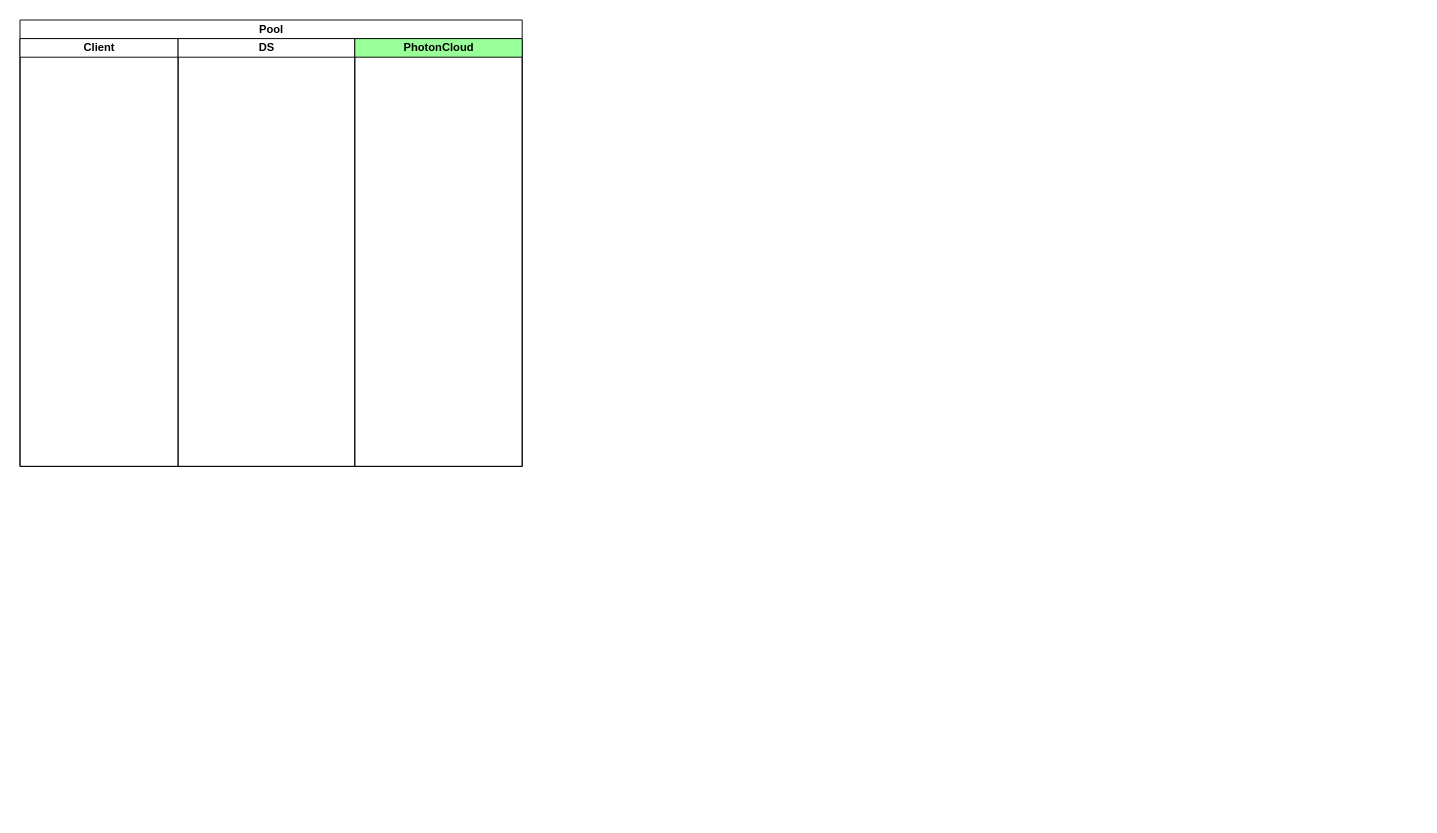
Before: 未命名绘图.drawio in doingli/dabo, a draw.io diagram. Source tidied: cells renumbered, new cells numbered last; positions are measured from the earlier drawing's top-left corner, leaving out a move shared by most shapes. Both pictures are drawn from the tidied source at 93%, with x=0, y=0 at pixel (20, 20).
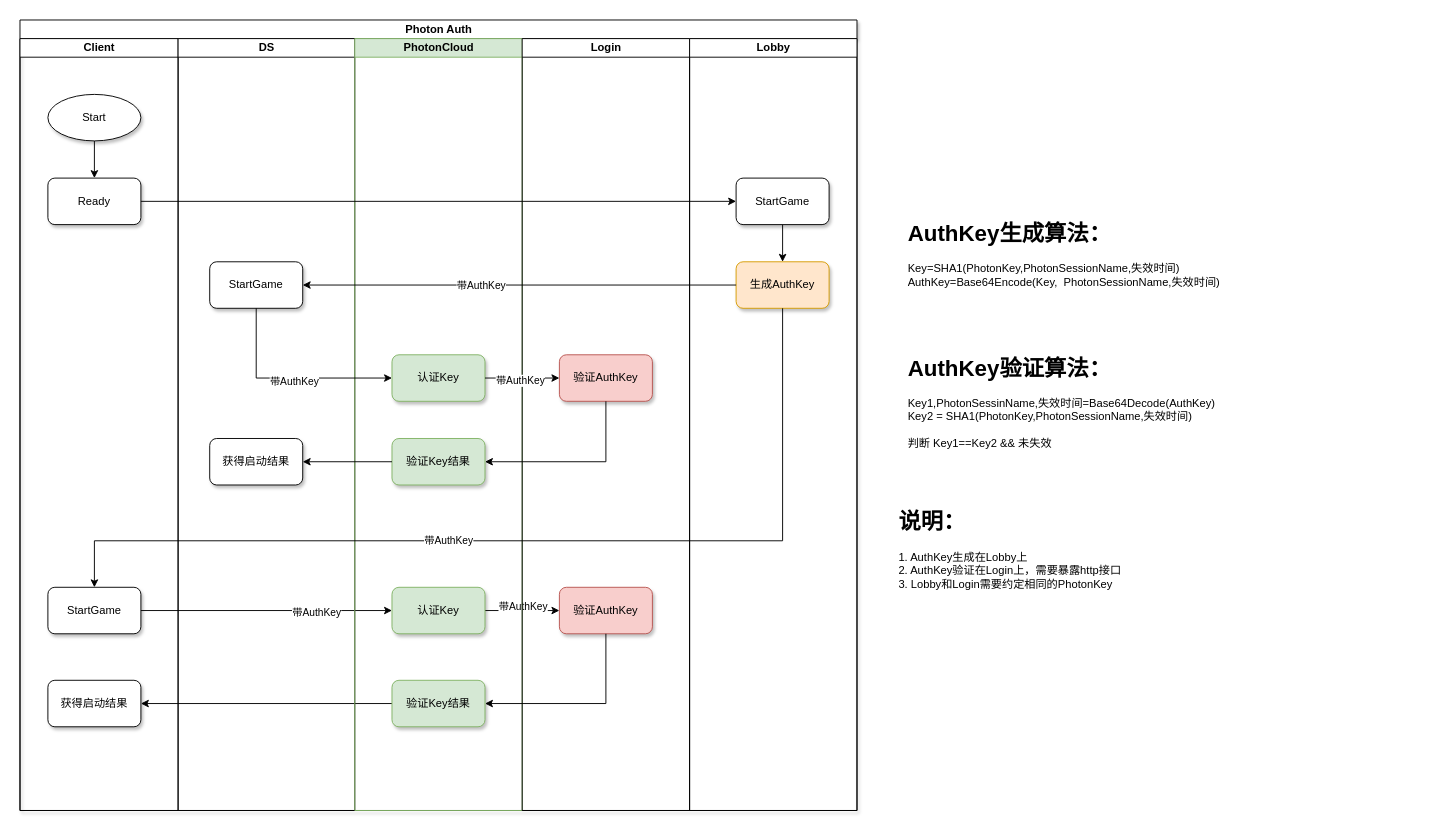
The same page after the edit.

What changed in the source:
```diff
@@
-    <mxCell id="2" value="Pool" style="swimlane;startSize=20;html=1;" parent="1" vertex="1">
-      <mxGeometry width="540" height="480" as="geometry" />
+    <mxCell id="2" value="Photon Auth" style="swimlane;startSize=20;html=1;shadow=1;" parent="1" vertex="1">
+      <mxGeometry width="900" height="850" as="geometry" />
     </mxCell>
     <mxCell id="3" value="Client" style="swimlane;startSize=20;html=1;" parent="2" vertex="1">
-      <mxGeometry y="20" width="170" height="460" as="geometry" />
+      <mxGeometry y="20" width="170" height="830" as="geometry" />
     </mxCell>
+    <mxCell id="6" style="edgeStyle=orthogonalEdgeStyle;rounded=0;jettySize=auto;html=1;exitX=0.5;exitY=1;exitDx=0;exitDy=0;" parent="3" edge="1" source="7" target="8">
+      <mxGeometry relative="1" as="geometry" />
+    </mxCell>
+    <mxCell id="7" value="Start" style="ellipse;whiteSpace=wrap;html=1;shadow=1;fillColor=#FFFFFF;" parent="3" vertex="1">
+      <mxGeometry x="30" y="60" width="100" height="50" as="geometry" />
+    </mxCell>
+    <mxCell id="8" value="Ready" style="rounded=1;whiteSpace=wrap;html=1;shadow=1;fillColor=#FFFFFF;" parent="3" vertex="1">
+      <mxGeometry x="30" y="150" width="100" height="50" as="geometry" />
+    </mxCell>
+    <mxCell id="9" value="StartGame" style="rounded=1;whiteSpace=wrap;html=1;shadow=1;fillColor=#FFFFFF;" parent="3" vertex="1">
+      <mxGeometry x="30" y="590" width="100" height="50" as="geometry" />
+    </mxCell>
+    <mxCell id="10" value="获得启动结果" style="rounded=1;whiteSpace=wrap;html=1;shadow=1;fillColor=#FFFFFF;" parent="3" vertex="1">
+      <mxGeometry x="30" y="690" width="100" height="50" as="geometry" />
+    </mxCell>
     <mxCell id="4" value="DS" style="swimlane;startSize=20;html=1;" parent="2" vertex="1">
-      <mxGeometry x="170" y="20" width="190" height="460" as="geometry" />
+      <mxGeometry x="170" y="20" width="190" height="830" as="geometry" />
     </mxCell>
+    <mxCell id="11" value="StartGame" style="rounded=1;whiteSpace=wrap;html=1;shadow=1;fillColor=#FFFFFF;" parent="4" vertex="1">
+      <mxGeometry x="34" y="240" width="100" height="50" as="geometry" />
+    </mxCell>
+    <mxCell id="12" value="获得启动结果" style="rounded=1;whiteSpace=wrap;html=1;shadow=1;fillColor=#FFFFFF;" parent="4" vertex="1">
+      <mxGeometry x="34" y="430" width="100" height="50" as="geometry" />
+    </mxCell>
+    <mxCell id="13" style="edgeStyle=orthogonalEdgeStyle;rounded=0;jettySize=auto;html=1;exitX=1;exitY=0.5;exitDx=0;exitDy=0;" parent="2" edge="1" source="9" target="20">
+      <mxGeometry relative="1" as="geometry" />
+    </mxCell>
+    <mxCell id="14" value="带AuthKey" style="edgeLabel;html=1;align=center;verticalAlign=middle;" parent="13" vertex="1">
+      <mxGeometry x="0.39" y="-1" relative="1" as="geometry" />
+    </mxCell>
+    <mxCell id="15" style="edgeStyle=orthogonalEdgeStyle;rounded=0;jettySize=auto;html=1;exitX=1;exitY=0.5;exitDx=0;exitDy=0;" parent="2" edge="1" source="20" target="24">
+      <mxGeometry relative="1" as="geometry" />
+    </mxCell>
+    <mxCell id="16" value="带AuthKey" style="edgeLabel;html=1;align=center;verticalAlign=middle;" parent="15" vertex="1">
+      <mxGeometry x="0.31" y="-2" relative="1" as="geometry">
+        <mxPoint x="-12" y="-7" as="offset" />
+      </mxGeometry>
+    </mxCell>
+    <mxCell id="17" style="edgeStyle=orthogonalEdgeStyle;rounded=0;jettySize=auto;html=1;entryX=1;entryY=0.5;entryDx=0;entryDy=0;" parent="2" edge="1" source="21" target="10">
+      <mxGeometry relative="1" as="geometry" />
+    </mxCell>
-    <mxCell id="5" value="PhotonCloud" style="swimlane;startSize=20;html=1;fillColor=#99FF99;" parent="2" vertex="1">
-      <mxGeometry x="360" y="20" width="180" height="460" as="geometry" />
+    <mxCell id="5" value="PhotonCloud" style="swimlane;startSize=20;html=1;fillColor=#d5e8d4;strokeColor=#82b366;" parent="2" vertex="1">
+      <mxGeometry x="360" y="20" width="180" height="830" as="geometry" />
     </mxCell>
+    <mxCell id="18" value="认证Key" style="rounded=1;whiteSpace=wrap;html=1;shadow=1;fillColor=#d5e8d4;strokeColor=#82b366;" parent="5" vertex="1">
+      <mxGeometry x="40" y="340" width="100" height="50" as="geometry" />
+    </mxCell>
+    <mxCell id="19" value="验证Key结果" style="rounded=1;whiteSpace=wrap;html=1;shadow=1;fillColor=#d5e8d4;strokeColor=#82b366;" parent="5" vertex="1">
+      <mxGeometry x="40" y="430" width="100" height="50" as="geometry" />
+    </mxCell>
+    <mxCell id="20" value="认证Key" style="rounded=1;whiteSpace=wrap;html=1;shadow=1;fillColor=#d5e8d4;strokeColor=#82b366;" parent="5" vertex="1">
+      <mxGeometry x="40" y="590" width="100" height="50" as="geometry" />
+    </mxCell>
+    <mxCell id="21" value="验证Key结果" style="rounded=1;whiteSpace=wrap;html=1;shadow=1;fillColor=#d5e8d4;strokeColor=#82b366;" parent="5" vertex="1">
+      <mxGeometry x="40" y="690" width="100" height="50" as="geometry" />
+    </mxCell>
+    <mxCell id="22" value="Login" style="swimlane;startSize=20;html=1;fillColor=#FFFFFF;" parent="2" vertex="1">
+      <mxGeometry x="540" y="20" width="180" height="830" as="geometry" />
+    </mxCell>
+    <mxCell id="23" value="验证AuthKey" style="rounded=1;whiteSpace=wrap;html=1;shadow=1;fillColor=#f8cecc;strokeColor=#b85450;" parent="22" vertex="1">
+      <mxGeometry x="40" y="340" width="100" height="50" as="geometry" />
+    </mxCell>
+    <mxCell id="24" value="验证AuthKey" style="rounded=1;whiteSpace=wrap;html=1;shadow=1;fillColor=#f8cecc;strokeColor=#b85450;" parent="22" vertex="1">
+      <mxGeometry x="40" y="590" width="100" height="50" as="geometry" />
+    </mxCell>
+    <mxCell id="25" value="Lobby" style="swimlane;startSize=20;html=1;fillColor=#FFFFFF;" parent="2" vertex="1">
+      <mxGeometry x="720" y="20" width="180" height="830" as="geometry" />
+    </mxCell>
+    <mxCell id="26" style="edgeStyle=orthogonalEdgeStyle;rounded=0;jettySize=auto;html=1;exitX=0.5;exitY=1;exitDx=0;exitDy=0;" parent="25" edge="1" source="27" target="28">
+      <mxGeometry relative="1" as="geometry" />
+    </mxCell>
+    <mxCell id="27" value="StartGame" style="rounded=1;whiteSpace=wrap;html=1;shadow=1;fillColor=#FFFFFF;" parent="25" vertex="1">
+      <mxGeometry x="50" y="150" width="100" height="50" as="geometry" />
+    </mxCell>
+    <mxCell id="28" value="生成AuthKey" style="rounded=1;whiteSpace=wrap;html=1;shadow=1;fillColor=#ffe6cc;strokeColor=#d79b00;" parent="25" vertex="1">
+      <mxGeometry x="50" y="240" width="100" height="50" as="geometry" />
+    </mxCell>
+    <mxCell id="29" style="edgeStyle=orthogonalEdgeStyle;rounded=0;jettySize=auto;html=1;exitX=1;exitY=0.5;exitDx=0;exitDy=0;" parent="2" edge="1" source="8" target="27">
+      <mxGeometry relative="1" as="geometry" />
+    </mxCell>
+    <mxCell id="30" style="edgeStyle=orthogonalEdgeStyle;rounded=0;jettySize=auto;html=1;entryX=1;entryY=0.5;entryDx=0;entryDy=0;" parent="2" edge="1" source="28" target="11">
+      <mxGeometry relative="1" as="geometry" />
+    </mxCell>
+    <mxCell id="31" value="带AuthKey" style="edgeLabel;html=1;align=center;verticalAlign=middle;" parent="30" vertex="1">
+      <mxGeometry x="0.18" relative="1" as="geometry" />
+    </mxCell>
+    <mxCell id="32" style="edgeStyle=orthogonalEdgeStyle;rounded=0;jettySize=auto;html=1;exitX=0.5;exitY=1;exitDx=0;exitDy=0;entryX=0;entryY=0.5;entryDx=0;entryDy=0;" parent="2" edge="1" source="11" target="18">
+      <mxGeometry relative="1" as="geometry" />
+    </mxCell>
+    <mxCell id="33" value="带AuthKey" style="edgeLabel;html=1;align=center;verticalAlign=middle;" parent="32" vertex="1">
+      <mxGeometry x="0.04" y="-3" relative="1" as="geometry" />
+    </mxCell>
+    <mxCell id="34" style="edgeStyle=orthogonalEdgeStyle;rounded=0;jettySize=auto;html=1;exitX=1;exitY=0.5;exitDx=0;exitDy=0;" parent="2" edge="1" source="18" target="23">
+      <mxGeometry relative="1" as="geometry" />
+    </mxCell>
+    <mxCell id="35" value="带AuthKey" style="edgeLabel;html=1;align=center;verticalAlign=middle;" parent="34" vertex="1">
+      <mxGeometry x="-0.08" y="-2" relative="1" as="geometry" />
+    </mxCell>
+    <mxCell id="36" style="edgeStyle=orthogonalEdgeStyle;rounded=0;jettySize=auto;html=1;exitX=0.5;exitY=1;exitDx=0;exitDy=0;entryX=1;entryY=0.5;entryDx=0;entryDy=0;" parent="2" edge="1" source="23" target="19">
+      <mxGeometry relative="1" as="geometry" />
+    </mxCell>
+    <mxCell id="37" style="edgeStyle=orthogonalEdgeStyle;rounded=0;jettySize=auto;html=1;" parent="2" edge="1" source="19" target="12">
+      <mxGeometry relative="1" as="geometry" />
+    </mxCell>
+    <mxCell id="38" style="edgeStyle=orthogonalEdgeStyle;rounded=0;jettySize=auto;html=1;exitX=0.5;exitY=1;exitDx=0;exitDy=0;entryX=0.5;entryY=0;entryDx=0;entryDy=0;" parent="2" edge="1" source="28" target="9">
+      <mxGeometry relative="1" as="geometry">
+        <Array as="points">
+          <mxPoint x="820" y="560" />
+          <mxPoint x="80" y="560" />
+        </Array>
+      </mxGeometry>
+    </mxCell>
+    <mxCell id="39" value="带AuthKey" style="edgeLabel;html=1;align=center;verticalAlign=middle;" parent="38" vertex="1">
+      <mxGeometry x="-0.23" y="-1" relative="1" as="geometry">
+        <mxPoint x="-210" as="offset" />
+      </mxGeometry>
+    </mxCell>
+    <mxCell id="40" style="edgeStyle=orthogonalEdgeStyle;rounded=0;jettySize=auto;html=1;exitX=0.5;exitY=1;exitDx=0;exitDy=0;entryX=1;entryY=0.5;entryDx=0;entryDy=0;" parent="2" edge="1" source="24" target="21">
+      <mxGeometry relative="1" as="geometry" />
+    </mxCell>
+    <mxCell id="41" value="&lt;h1&gt;AuthKey生成算法：&lt;/h1&gt;&lt;div&gt;Key=SHA1(PhotonKey,PhotonSessionName,失效时间)&lt;/div&gt;&lt;div&gt;AuthKey=Base64Encode(Key,&amp;nbsp; PhotonSessionName,失效时间)&lt;/div&gt;" style="text;html=1;strokeColor=none;fillColor=none;spacing=5;spacingTop=-20;whiteSpace=wrap;overflow=hidden;rounded=0;shadow=1;" parent="1" vertex="1">
+      <mxGeometry x="950" y="210" width="550" height="100" as="geometry" />
+    </mxCell>
+    <mxCell id="42" value="&lt;h1&gt;AuthKey验证算法：&lt;/h1&gt;&lt;div&gt;Key1,PhotonSessinName,失效时间=Base64Decode(AuthKey)&lt;/div&gt;&lt;div&gt;Key2 = SHA1(PhotonKey,PhotonSessionName,失效时间)&lt;/div&gt;&lt;div&gt;&lt;br&gt;&lt;/div&gt;&lt;div&gt;判断 Key1==Key2 &amp;amp;&amp;amp; 未失效&lt;/div&gt;" style="text;html=1;strokeColor=none;fillColor=none;spacing=5;spacingTop=-20;whiteSpace=wrap;overflow=hidden;rounded=0;shadow=1;" parent="1" vertex="1">
+      <mxGeometry x="950" y="355" width="380" height="110" as="geometry" />
+    </mxCell>
+    <mxCell id="43" value="&lt;h1&gt;说明：&lt;/h1&gt;&lt;div&gt;1. AuthKey生成在Lobby上&lt;/div&gt;&lt;div&gt;2. AuthKey验证在Login上，需要暴露http接口&lt;/div&gt;&lt;div&gt;3. Lobby和Login需要约定相同的PhotonKey&lt;/div&gt;" style="text;html=1;strokeColor=none;fillColor=none;spacing=5;spacingTop=-20;whiteSpace=wrap;overflow=hidden;rounded=0;shadow=1;" parent="1" vertex="1">
+      <mxGeometry x="940" y="520" width="380" height="110" as="geometry" />
+    </mxCell>
```
